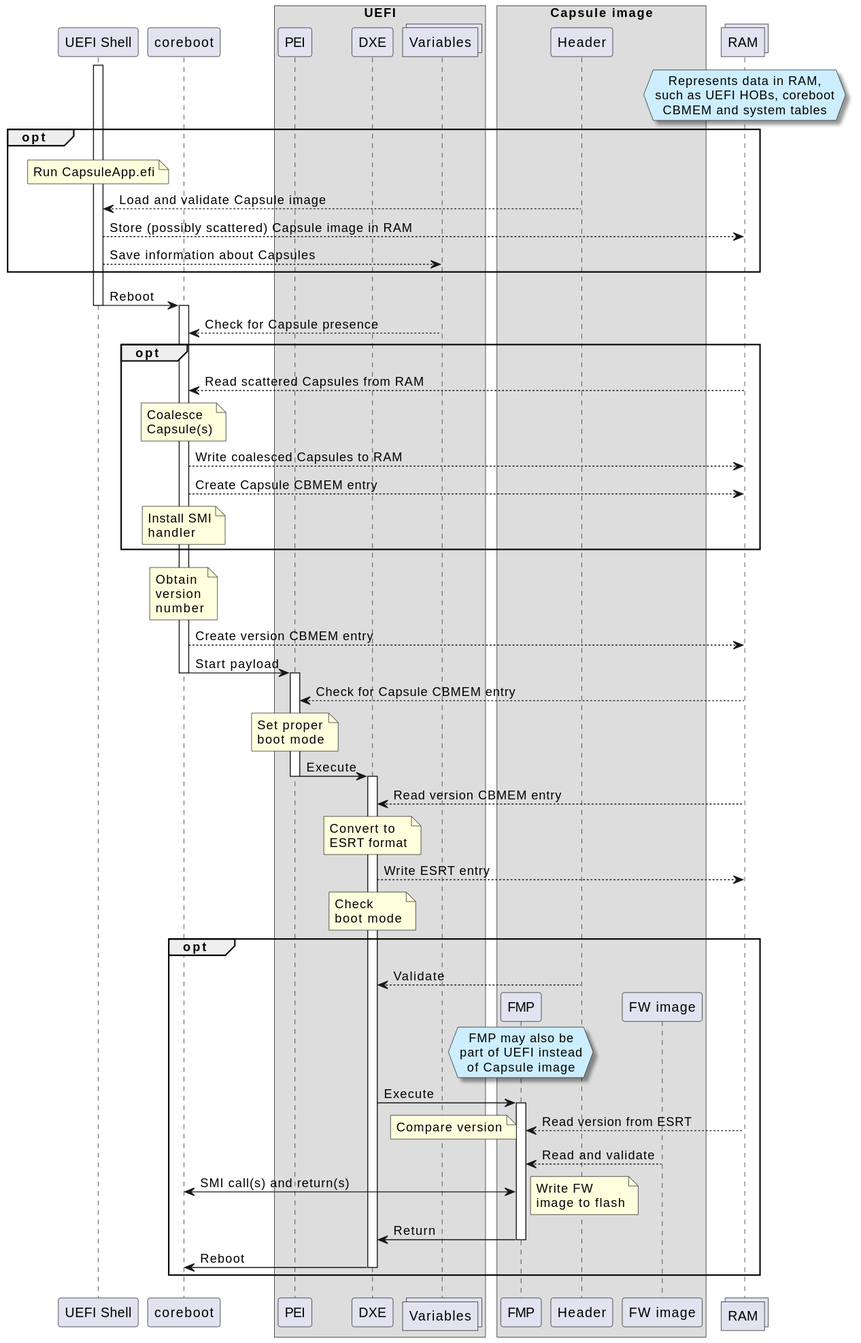
Above: docs/images/capsule_update_tech_flow.svg in Dasharo/docs (PlantUML), before the change.
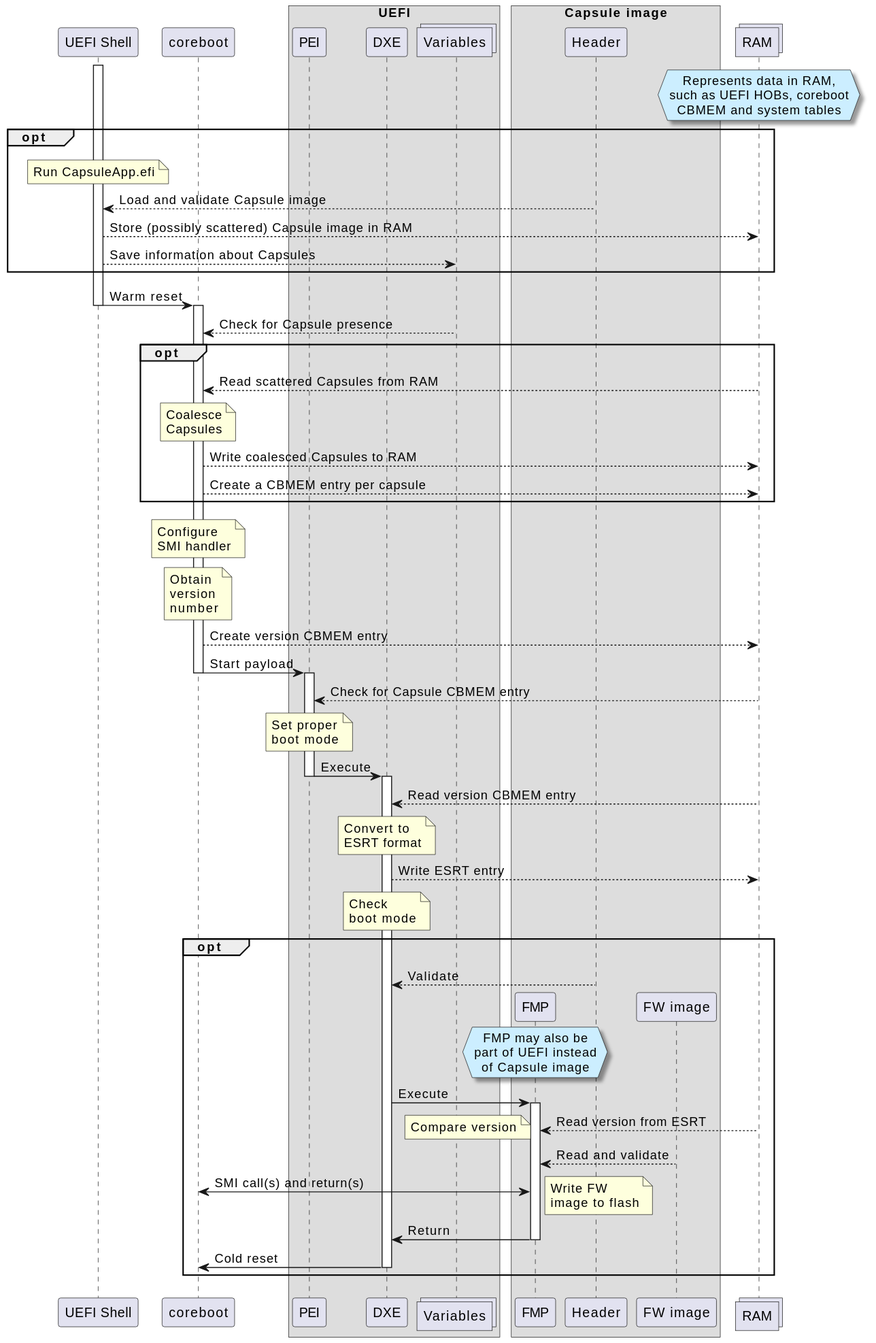
Above is the later version.

Commit message:
uml/capsule_update_tech_flow.puml: update after review, regenerate SVG

The edit, as a diff of the source:
```diff
@@ -15,29 +15,33 @@
 end box
 collections RAM as data order 50
 
-hnote over data<<with_shadow>>: Represents data in RAM,\nsuch as UEFI HOBs, coreboot\nCBMEM and system tables
+hnote over data<<with_shadow>>
+Represents data in RAM,
+such as UEFI HOBs, coreboot
+CBMEM and system tables
+end hnote
 
 opt
 note over OS: Run CapsuleApp.efi
 OS <-- Header: Load and validate Capsule image
-OS --> data: Store (possibly scattered) Capsule image in RAM
-OS --> vars: Save information about Capsules
+data <-- OS: Store (possibly scattered) Capsule image in RAM
+vars <-- OS: Save information about Capsules
 end opt
 
-OS -> coreboot --++: Reboot
+OS -> coreboot --++: Warm reset
 
-vars --> coreboot: Check for Capsule presence
+coreboot <-- vars: Check for Capsule presence
 
 opt
-data --> coreboot: Read scattered Capsules from RAM
-note over coreboot: Coalesce\nCapsule(s)
+coreboot <-- data: Read scattered Capsules from RAM
+note over coreboot: Coalesce\nCapsules
 data <-- coreboot: Write coalesced Capsules to RAM
-coreboot --> data: Create Capsule CBMEM entry
-note over coreboot: Install SMI\nhandler
+data <-- coreboot: Create a CBMEM entry per capsule
 end opt
 
+note over coreboot: Configure\nSMI handler
 note over coreboot: Obtain\nversion\nnumber
-coreboot --> data: Create version CBMEM entry
+data <-- coreboot: Create version CBMEM entry
 
 coreboot -> PEI --++: Start payload
 
@@ -48,7 +52,7 @@
 
 DXE <-- data: Read version CBMEM entry
 note over DXE: Convert to\nESRT format
-DXE --> data: Write ESRT entry
+data <-- DXE: Write ESRT entry
 note over DXE: Check\nboot mode
 
 opt
@@ -62,7 +66,11 @@
 & data-[hidden]->fw
 end box
 
-hnote over FMP<<with_shadow>>: FMP may also be\npart of UEFI instead\nof Capsule image
+hnote over FMP<<with_shadow>>
+FMP may also be
+part of UEFI instead
+of Capsule image
+end hnote
 
 DXE -> FMP ++: Execute
 
@@ -74,6 +82,6 @@
 
 FMP -> DXE --: Return
 
-DXE -> coreboot --: Reboot
+DXE -> coreboot --: Cold reset
 end opt
 @enduml
```
